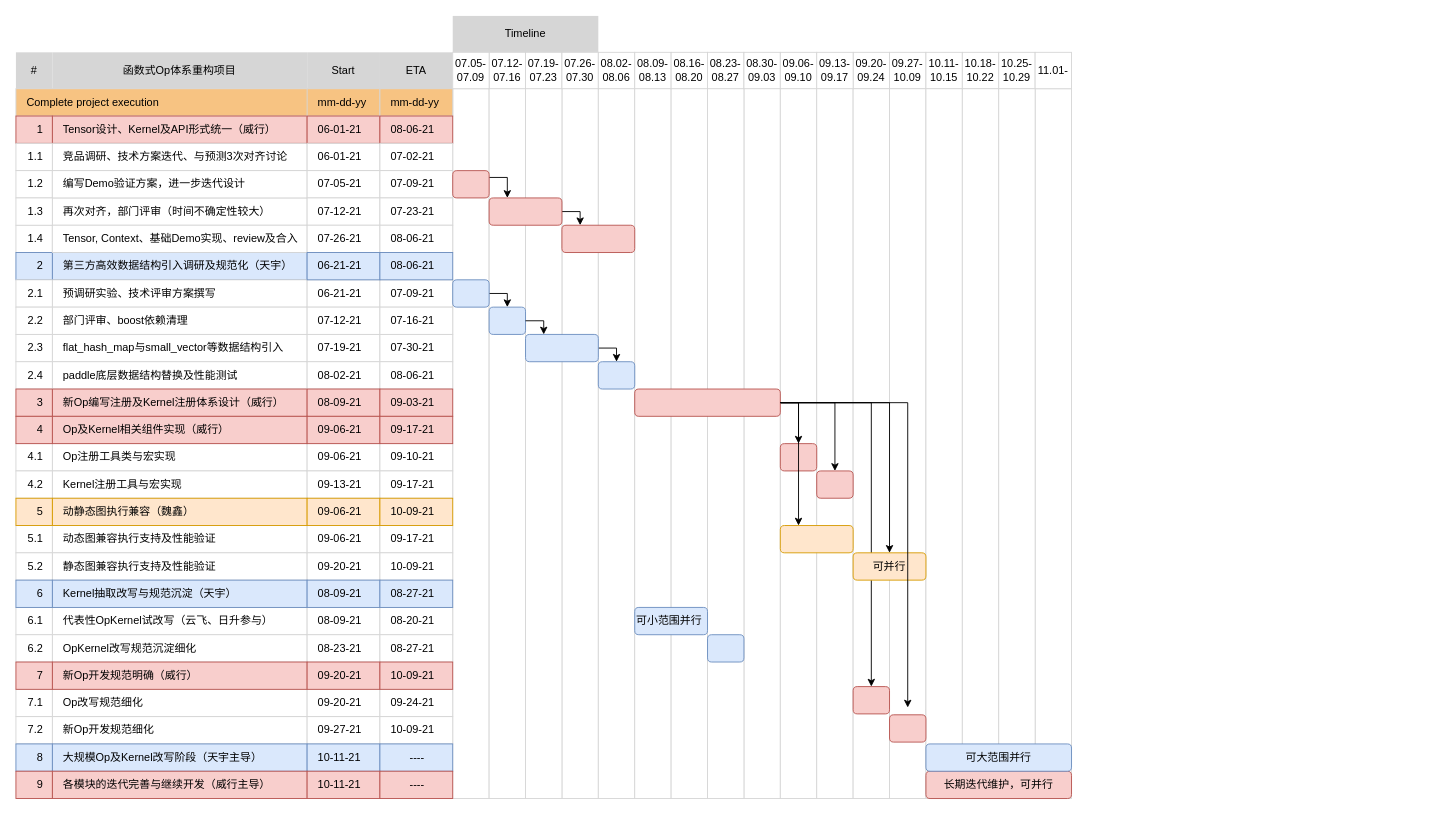
This is gantt.drawio from chenwhql/diagrams, a draw.io file, before an edit. Source tidied: cells renumbered, new cells numbered last; positions are measured from the earlier drawing's top-left corner, leaving out a move shared by most shapes. Both pictures are drawn from the tidied source at 91%, with x=0, y=0 at pixel (15, 15).
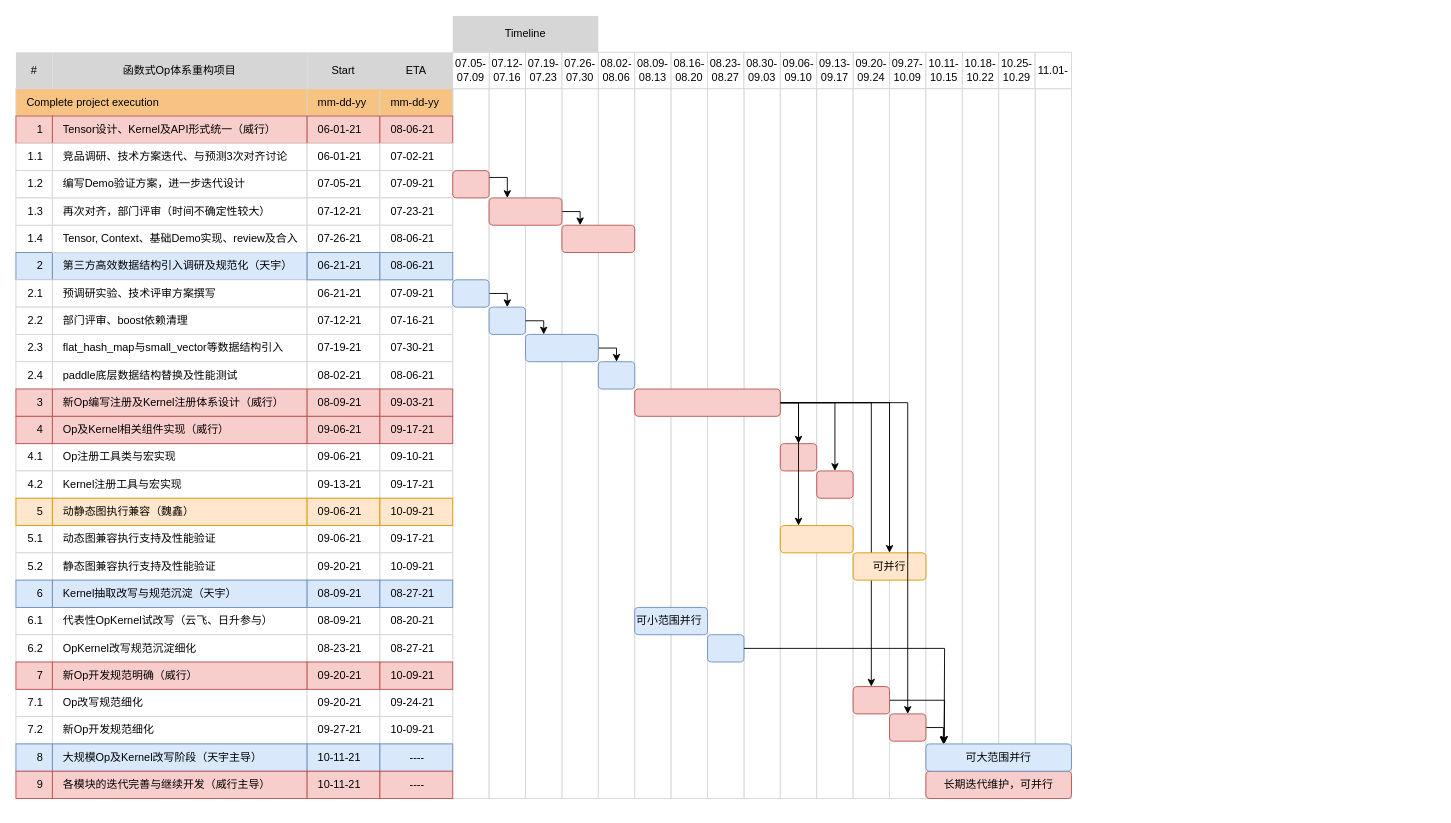
After the change.

Unchanged cells that the change refers to:
```xml
<mxCell id="144" style="rounded=1;whiteSpace=wrap;html=1;fontFamily=Helvetica;fontSize=12;align=left;strokeColor=#b85450;fillColor=#f8cecc;" parent="1" vertex="1">
  <mxGeometry x="680" y="410" width="160" height="30" as="geometry" />
</mxCell>
<mxCell id="155" style="rounded=1;whiteSpace=wrap;html=1;fontFamily=Helvetica;fontSize=12;align=left;strokeColor=#6c8ebf;fillColor=#dae8fc;" parent="1" vertex="1">
  <mxGeometry x="760" y="680" width="40" height="30" as="geometry" />
</mxCell>
<mxCell id="156" style="rounded=1;whiteSpace=wrap;html=1;fontFamily=Helvetica;fontSize=12;align=left;strokeColor=#b85450;fillColor=#f8cecc;" parent="1" vertex="1">
  <mxGeometry x="960" y="760" width="40" height="30" as="geometry" />
</mxCell>
<mxCell id="169" style="rounded=1;whiteSpace=wrap;html=1;fontFamily=Helvetica;fontSize=12;align=left;strokeColor=#b85450;fillColor=#f8cecc;" parent="1" vertex="1">
  <mxGeometry x="920" y="737" width="40" height="30" as="geometry" />
</mxCell>
<mxCell id="173" value="可大范围并行" style="rounded=1;whiteSpace=wrap;html=1;fontFamily=Helvetica;fontSize=12;align=center;strokeColor=#6c8ebf;fillColor=#dae8fc;" parent="1" vertex="1">
  <mxGeometry x="1000" y="800" width="160" height="30" as="geometry" />
</mxCell>
```

What changed in the source:
```diff
@@
+    <mxCell id="175" style="edgeStyle=orthogonalEdgeStyle;rounded=0;jettySize=auto;html=1;exitX=1;exitY=0.5;exitDx=0;exitDy=0;" parent="1" edge="1" source="169">
+      <mxGeometry relative="1" as="geometry">
+        <mxPoint x="1020" y="800" as="targetPoint" />
+      </mxGeometry>
+    </mxCell>
@@
-    <mxCell id="170" style="edgeStyle=orthogonalEdgeStyle;rounded=0;jettySize=auto;html=1;exitX=1;exitY=0.5;exitDx=0;exitDy=0;entryX=0.5;entryY=0;entryDx=0;entryDy=0;" parent="1" edge="1" source="144" target="156">
+    <mxCell id="170" style="edgeStyle=orthogonalEdgeStyle;rounded=0;jettySize=auto;html=1;exitX=1;exitY=0.5;exitDx=0;exitDy=0;entryX=0.5;entryY=0;entryDx=0;entryDy=0;" parent="1" edge="1" source="144" target="171">
       <mxGeometry relative="1" as="geometry" />
     </mxCell>
+    <mxCell id="176" style="edgeStyle=orthogonalEdgeStyle;rounded=0;jettySize=auto;html=1;exitX=1;exitY=0.5;exitDx=0;exitDy=0;entryX=0.12;entryY=0.014;entryDx=0;entryDy=0;entryPerimeter=0;" parent="1" edge="1" source="171" target="173">
+      <mxGeometry relative="1" as="geometry">
+        <Array as="points">
+          <mxPoint x="1019" y="782" />
+        </Array>
+      </mxGeometry>
+    </mxCell>
     <mxCell id="171" style="rounded=1;whiteSpace=wrap;html=1;fontFamily=Helvetica;fontSize=12;align=left;strokeColor=#b85450;fillColor=#f8cecc;" parent="1" vertex="1">
-      <mxGeometry x="960" y="768" width="40" height="30" as="geometry" />
+      <mxGeometry x="960" y="767" width="40" height="30" as="geometry" />
     </mxCell>
@@
+    <mxCell id="177" style="edgeStyle=orthogonalEdgeStyle;rounded=0;jettySize=auto;html=1;exitX=1;exitY=0.5;exitDx=0;exitDy=0;" parent="1" edge="1" source="155">
+      <mxGeometry relative="1" as="geometry">
+        <mxPoint x="1020" y="800" as="targetPoint" />
+      </mxGeometry>
+    </mxCell>
```
